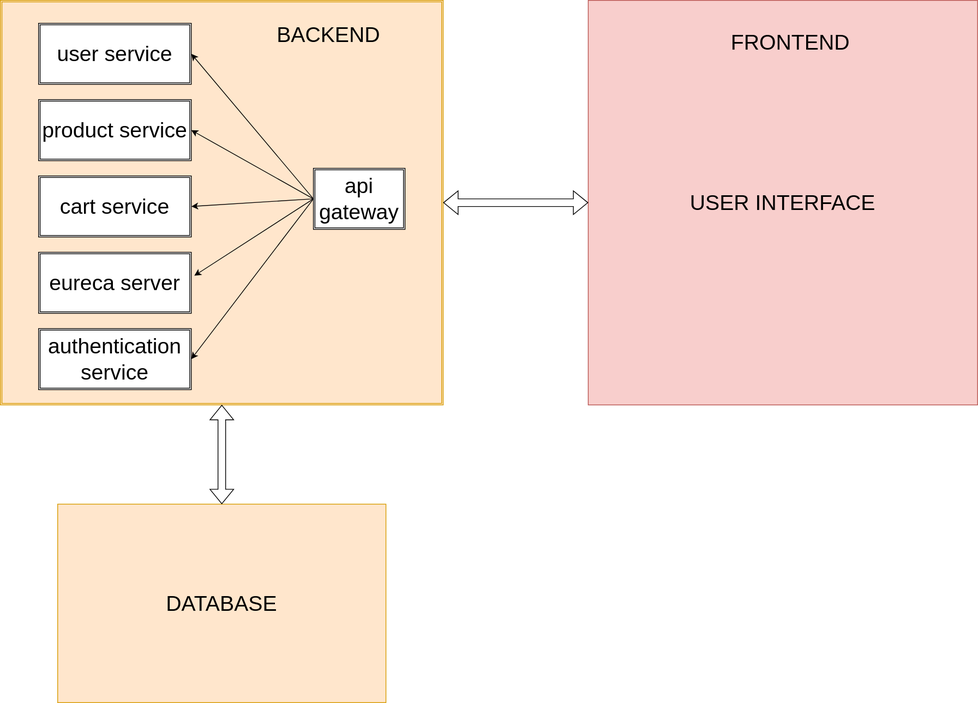
Earlier version of the draw.io export docs/diagrams/assets/component_deployment.svg (IIArturll/autoparts-online-shop). Source tidied: cells renumbered, new cells last; positions are measured from the earlier drawing's top-left corner, leaving out a move shared by most shapes. Its diagram source:
```xml
<mxGraphModel>
  <root>
    <mxCell id="0" />
    <mxCell id="1" parent="0" />
    <mxCell id="2" style="shape=ext;double=1;rounded=0;whiteSpace=wrap;html=1;fontSize=28;fillColor=#ffe6cc;strokeColor=#d79b00;" parent="1" vertex="1">
      <mxGeometry width="580" height="530" as="geometry" />
    </mxCell>
    <mxCell id="3" value="user service" style="shape=ext;double=1;rounded=0;whiteSpace=wrap;html=1;fontSize=28;" parent="1" vertex="1">
      <mxGeometry x="50" y="30" width="200" height="80" as="geometry" />
    </mxCell>
    <mxCell id="4" value="product service" style="shape=ext;double=1;rounded=0;whiteSpace=wrap;html=1;fontSize=28;" parent="1" vertex="1">
      <mxGeometry x="50" y="130" width="200" height="80" as="geometry" />
    </mxCell>
    <mxCell id="5" value="api gateway&lt;br style=&quot;font-size: 28px;&quot;&gt;" style="shape=ext;double=1;rounded=0;whiteSpace=wrap;html=1;fontSize=28;" parent="1" vertex="1">
      <mxGeometry x="410" y="220" width="120" height="80" as="geometry" />
    </mxCell>
    <mxCell id="6" value="cart service" style="shape=ext;double=1;rounded=0;whiteSpace=wrap;html=1;fontSize=28;" parent="1" vertex="1">
      <mxGeometry x="50" y="230" width="200" height="80" as="geometry" />
    </mxCell>
    <mxCell id="7" value="eureca server" style="shape=ext;double=1;rounded=0;whiteSpace=wrap;html=1;fontSize=28;" parent="1" vertex="1">
      <mxGeometry x="50" y="330" width="200" height="80" as="geometry" />
    </mxCell>
    <mxCell id="8" value="authentication service" style="shape=ext;double=1;rounded=0;whiteSpace=wrap;html=1;fontSize=28;" parent="1" vertex="1">
      <mxGeometry x="50" y="430" width="200" height="80" as="geometry" />
    </mxCell>
    <mxCell id="9" style="endArrow=classic;html=1;rounded=0;exitX=0;exitY=0.5;exitDx=0;exitDy=0;entryX=1;entryY=0.5;entryDx=0;entryDy=0;fontSize=28;" parent="1" edge="1" source="5" target="3">
      <mxGeometry relative="1" as="geometry" />
    </mxCell>
    <mxCell id="10" style="endArrow=classic;html=1;rounded=0;entryX=1;entryY=0.5;entryDx=0;entryDy=0;exitX=0;exitY=0.5;exitDx=0;exitDy=0;fontSize=28;" parent="1" edge="1" source="5" target="4">
      <mxGeometry relative="1" as="geometry" />
    </mxCell>
    <mxCell id="11" style="endArrow=classic;html=1;rounded=0;exitX=0;exitY=0.5;exitDx=0;exitDy=0;entryX=1;entryY=0.5;entryDx=0;entryDy=0;fontSize=28;" parent="1" edge="1" source="5" target="6">
      <mxGeometry relative="1" as="geometry" />
    </mxCell>
    <mxCell id="12" style="endArrow=classic;html=1;rounded=0;exitX=0;exitY=0.5;exitDx=0;exitDy=0;entryX=1.02;entryY=0.384;entryDx=0;entryDy=0;entryPerimeter=0;fontSize=28;" parent="1" edge="1" source="5" target="7">
      <mxGeometry relative="1" as="geometry" />
    </mxCell>
    <mxCell id="13" style="endArrow=classic;html=1;rounded=0;entryX=1;entryY=0.5;entryDx=0;entryDy=0;exitX=0;exitY=0.5;exitDx=0;exitDy=0;fontSize=28;" parent="1" edge="1" source="5" target="8">
      <mxGeometry relative="1" as="geometry" />
    </mxCell>
    <mxCell id="14" value="USER INTERFACE" style="rounded=0;whiteSpace=wrap;html=1;fontSize=28;fillColor=#f8cecc;strokeColor=#b85450;" parent="1" vertex="1">
      <mxGeometry x="770" width="510" height="530" as="geometry" />
    </mxCell>
    <mxCell id="15" style="shape=flexArrow;endArrow=classic;startArrow=classic;html=1;rounded=0;entryX=0;entryY=0.5;entryDx=0;entryDy=0;exitX=1;exitY=0.5;exitDx=0;exitDy=0;fontSize=28;" parent="1" edge="1" source="2" target="14">
      <mxGeometry relative="1" as="geometry" />
    </mxCell>
    <mxCell id="16" value="BACKEND" style="text;html=1;strokeColor=none;fillColor=none;align=center;verticalAlign=middle;whiteSpace=wrap;rounded=0;fontSize=28;" parent="1" vertex="1">
      <mxGeometry x="400" y="30" width="60" height="30" as="geometry" />
    </mxCell>
    <mxCell id="17" value="FRONTEND" style="text;html=1;strokeColor=none;fillColor=none;align=center;verticalAlign=middle;whiteSpace=wrap;rounded=0;fontSize=28;" parent="1" vertex="1">
      <mxGeometry x="1005" y="40" width="60" height="30" as="geometry" />
    </mxCell>
    <mxCell id="18" value="DATABASE" style="rounded=0;whiteSpace=wrap;html=1;fontSize=28;fillColor=#ffe6cc;strokeColor=#d79b00;" parent="1" vertex="1">
      <mxGeometry x="75" y="660" width="430" height="260" as="geometry" />
    </mxCell>
    <mxCell id="19" style="shape=flexArrow;endArrow=classic;startArrow=classic;html=1;rounded=0;entryX=0.5;entryY=1;entryDx=0;entryDy=0;exitX=0.5;exitY=0;exitDx=0;exitDy=0;fontSize=28;" parent="1" edge="1" source="18" target="2">
      <mxGeometry relative="1" as="geometry" />
    </mxCell>
  </root>
</mxGraphModel>
```
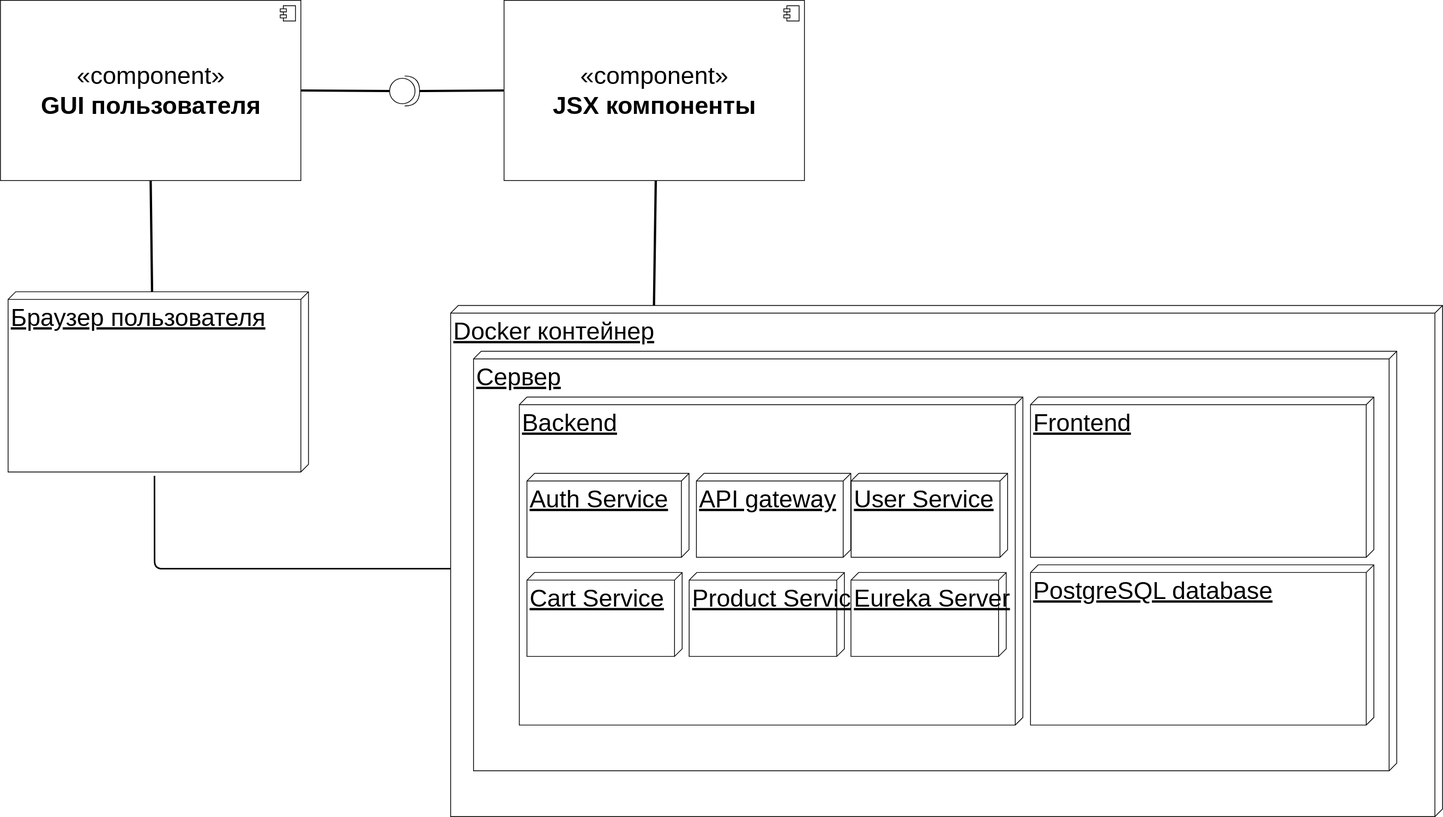
The same file after the commit.

Commit message:
deployment diagram refactor

Change to the diagram source:
```diff
@@ -2,59 +2,89 @@
   <root>
     <mxCell id="0" />
     <mxCell id="1" parent="0" />
-    <mxCell id="2" style="shape=ext;double=1;rounded=0;whiteSpace=wrap;html=1;fontSize=28;fillColor=#ffe6cc;strokeColor=#d79b00;" parent="1" vertex="1">
-      <mxGeometry width="580" height="530" as="geometry" />
-    </mxCell>
-    <mxCell id="3" value="user service" style="shape=ext;double=1;rounded=0;whiteSpace=wrap;html=1;fontSize=28;" parent="1" vertex="1">
-      <mxGeometry x="50" y="30" width="200" height="80" as="geometry" />
-    </mxCell>
-    <mxCell id="4" value="product service" style="shape=ext;double=1;rounded=0;whiteSpace=wrap;html=1;fontSize=28;" parent="1" vertex="1">
-      <mxGeometry x="50" y="130" width="200" height="80" as="geometry" />
-    </mxCell>
-    <mxCell id="5" value="api gateway&lt;br style=&quot;font-size: 28px;&quot;&gt;" style="shape=ext;double=1;rounded=0;whiteSpace=wrap;html=1;fontSize=28;" parent="1" vertex="1">
-      <mxGeometry x="410" y="220" width="120" height="80" as="geometry" />
-    </mxCell>
-    <mxCell id="6" value="cart service" style="shape=ext;double=1;rounded=0;whiteSpace=wrap;html=1;fontSize=28;" parent="1" vertex="1">
-      <mxGeometry x="50" y="230" width="200" height="80" as="geometry" />
-    </mxCell>
-    <mxCell id="7" value="eureca server" style="shape=ext;double=1;rounded=0;whiteSpace=wrap;html=1;fontSize=28;" parent="1" vertex="1">
-      <mxGeometry x="50" y="330" width="200" height="80" as="geometry" />
-    </mxCell>
-    <mxCell id="8" value="authentication service" style="shape=ext;double=1;rounded=0;whiteSpace=wrap;html=1;fontSize=28;" parent="1" vertex="1">
-      <mxGeometry x="50" y="430" width="200" height="80" as="geometry" />
-    </mxCell>
-    <mxCell id="9" style="endArrow=classic;html=1;rounded=0;exitX=0;exitY=0.5;exitDx=0;exitDy=0;entryX=1;entryY=0.5;entryDx=0;entryDy=0;fontSize=28;" parent="1" edge="1" source="5" target="3">
-      <mxGeometry relative="1" as="geometry" />
-    </mxCell>
-    <mxCell id="10" style="endArrow=classic;html=1;rounded=0;entryX=1;entryY=0.5;entryDx=0;entryDy=0;exitX=0;exitY=0.5;exitDx=0;exitDy=0;fontSize=28;" parent="1" edge="1" source="5" target="4">
-      <mxGeometry relative="1" as="geometry" />
-    </mxCell>
-    <mxCell id="11" style="endArrow=classic;html=1;rounded=0;exitX=0;exitY=0.5;exitDx=0;exitDy=0;entryX=1;entryY=0.5;entryDx=0;entryDy=0;fontSize=28;" parent="1" edge="1" source="5" target="6">
-      <mxGeometry relative="1" as="geometry" />
-    </mxCell>
-    <mxCell id="12" style="endArrow=classic;html=1;rounded=0;exitX=0;exitY=0.5;exitDx=0;exitDy=0;entryX=1.02;entryY=0.384;entryDx=0;entryDy=0;entryPerimeter=0;fontSize=28;" parent="1" edge="1" source="5" target="7">
-      <mxGeometry relative="1" as="geometry" />
-    </mxCell>
-    <mxCell id="13" style="endArrow=classic;html=1;rounded=0;entryX=1;entryY=0.5;entryDx=0;entryDy=0;exitX=0;exitY=0.5;exitDx=0;exitDy=0;fontSize=28;" parent="1" edge="1" source="5" target="8">
-      <mxGeometry relative="1" as="geometry" />
-    </mxCell>
-    <mxCell id="14" value="USER INTERFACE" style="rounded=0;whiteSpace=wrap;html=1;fontSize=28;fillColor=#f8cecc;strokeColor=#b85450;" parent="1" vertex="1">
-      <mxGeometry x="770" width="510" height="530" as="geometry" />
-    </mxCell>
-    <mxCell id="15" style="shape=flexArrow;endArrow=classic;startArrow=classic;html=1;rounded=0;entryX=0;entryY=0.5;entryDx=0;entryDy=0;exitX=1;exitY=0.5;exitDx=0;exitDy=0;fontSize=28;" parent="1" edge="1" source="2" target="14">
-      <mxGeometry relative="1" as="geometry" />
-    </mxCell>
-    <mxCell id="16" value="BACKEND" style="text;html=1;strokeColor=none;fillColor=none;align=center;verticalAlign=middle;whiteSpace=wrap;rounded=0;fontSize=28;" parent="1" vertex="1">
-      <mxGeometry x="400" y="30" width="60" height="30" as="geometry" />
-    </mxCell>
-    <mxCell id="17" value="FRONTEND" style="text;html=1;strokeColor=none;fillColor=none;align=center;verticalAlign=middle;whiteSpace=wrap;rounded=0;fontSize=28;" parent="1" vertex="1">
-      <mxGeometry x="1005" y="40" width="60" height="30" as="geometry" />
-    </mxCell>
-    <mxCell id="18" value="DATABASE" style="rounded=0;whiteSpace=wrap;html=1;fontSize=28;fillColor=#ffe6cc;strokeColor=#d79b00;" parent="1" vertex="1">
-      <mxGeometry x="75" y="660" width="430" height="260" as="geometry" />
-    </mxCell>
-    <mxCell id="19" style="shape=flexArrow;endArrow=classic;startArrow=classic;html=1;rounded=0;entryX=0.5;entryY=1;entryDx=0;entryDy=0;exitX=0.5;exitY=0;exitDx=0;exitDy=0;fontSize=28;" parent="1" edge="1" source="18" target="2">
-      <mxGeometry relative="1" as="geometry" />
-    </mxCell>
+    <mxCell id="20" value="Docker контейнер" style="verticalAlign=top;align=left;spacingTop=8;spacingLeft=2;spacingRight=12;shape=cube;size=10;direction=south;fontStyle=4;html=1;fillStyle=auto;fontSize=32;fontColor=default;" parent="1" vertex="1">
+      <mxGeometry x="540" y="380" width="1300" height="670" as="geometry" />
+    </mxCell>
+    <mxCell id="21" value="Сервер" style="verticalAlign=top;align=left;spacingTop=8;spacingLeft=2;spacingRight=12;shape=cube;size=10;direction=south;fontStyle=4;html=1;fillStyle=auto;fontSize=32;fontColor=default;" parent="1" vertex="1">
+      <mxGeometry x="570" y="440" width="1210" height="550" as="geometry" />
+    </mxCell>
+    <mxCell id="22" value="Backend" style="verticalAlign=top;align=left;spacingTop=8;spacingLeft=2;spacingRight=12;shape=cube;size=10;direction=south;fontStyle=4;html=1;fontSize=32;" parent="1" vertex="1">
+      <mxGeometry x="630" y="500" width="660" height="430" as="geometry" />
+    </mxCell>
+    <mxCell id="23" style="edgeStyle=none;html=1;exitX=0;exitY=0;exitDx=0;exitDy=205;exitPerimeter=0;entryX=0.5;entryY=1;entryDx=0;entryDy=0;strokeWidth=3;fontSize=32;fontColor=default;endArrow=none;endFill=0;endSize=6;" parent="1" edge="1" source="25" target="27">
+      <mxGeometry relative="1" as="geometry" />
+    </mxCell>
+    <mxCell id="24" style="edgeStyle=none;html=1;exitX=0;exitY=0;exitDx=236.22;exitDy=201.85;exitPerimeter=0;entryX=0;entryY=0;entryDx=340;entryDy=1300;entryPerimeter=0;strokeWidth=2;endArrow=none;endFill=0;" parent="1" edge="1">
+      <mxGeometry relative="1" as="geometry">
+        <mxPoint x="151.8" y="603.2" as="sourcePoint" />
+        <mxPoint x="540" y="725" as="targetPoint" />
+        <Array as="points">
+          <mxPoint x="152" y="725" />
+        </Array>
+      </mxGeometry>
+    </mxCell>
+    <mxCell id="25" value="Браузер пользователя" style="verticalAlign=top;align=left;spacingTop=8;spacingLeft=2;spacingRight=12;shape=cube;size=10;direction=south;fontStyle=4;html=1;fillStyle=auto;fontSize=32;fontColor=default;" parent="1" vertex="1">
+      <mxGeometry x="-40" y="362" width="393.7" height="236.2" as="geometry" />
+    </mxCell>
+    <mxCell id="26" style="edgeStyle=none;html=1;exitX=1;exitY=0.5;exitDx=0;exitDy=0;entryX=0;entryY=0.5;entryDx=0;entryDy=0;strokeWidth=3;fontSize=32;fontColor=default;endArrow=none;endFill=0;endSize=6;startArrow=none;" parent="1" edge="1" source="33" target="30">
+      <mxGeometry relative="1" as="geometry" />
+    </mxCell>
+    <mxCell id="27" value="«component»&lt;br&gt;&lt;b&gt;GUI пользователя&lt;/b&gt;" style="html=1;fillStyle=auto;fontSize=32;fontColor=default;" parent="1" vertex="1">
+      <mxGeometry x="-50" y="-20" width="393.7" height="236.2" as="geometry" />
+    </mxCell>
+    <mxCell id="28" style="shape=module;jettyWidth=8;jettyHeight=4;fillStyle=auto;fontSize=32;fontColor=default;" parent="27" vertex="1">
+      <mxGeometry x="1" width="20" height="20" relative="1" as="geometry">
+        <mxPoint x="-27" y="7" as="offset" />
+      </mxGeometry>
+    </mxCell>
+    <mxCell id="29" style="edgeStyle=none;html=1;exitX=0.5;exitY=1;exitDx=0;exitDy=0;strokeWidth=3;fontSize=8;fontColor=default;endArrow=none;endFill=0;endSize=6;entryX=0;entryY=0.795;entryDx=0;entryDy=0;entryPerimeter=0;" parent="1" edge="1" target="20">
+      <mxGeometry relative="1" as="geometry">
+        <mxPoint x="808.8" y="216.2" as="sourcePoint" />
+      </mxGeometry>
+    </mxCell>
+    <mxCell id="30" value="«component»&lt;br&gt;&lt;b&gt;JSX компоненты&lt;/b&gt;" style="html=1;fillStyle=auto;fontSize=32;fontColor=default;" parent="1" vertex="1">
+      <mxGeometry x="610" y="-20" width="393.7" height="236.2" as="geometry" />
+    </mxCell>
+    <mxCell id="31" style="shape=module;jettyWidth=8;jettyHeight=4;fillStyle=auto;fontSize=32;fontColor=default;" parent="30" vertex="1">
+      <mxGeometry x="1" width="20" height="20" relative="1" as="geometry">
+        <mxPoint x="-27" y="7" as="offset" />
+      </mxGeometry>
+    </mxCell>
+    <mxCell id="32" style="edgeStyle=none;html=1;exitX=1;exitY=0.5;exitDx=0;exitDy=0;entryX=0;entryY=0.5;entryDx=0;entryDy=0;strokeWidth=3;fontSize=32;fontColor=default;endArrow=none;endFill=0;endSize=6;" parent="1" edge="1" source="27" target="33">
+      <mxGeometry relative="1" as="geometry" />
+    </mxCell>
+    <mxCell id="33" style="shape=providedRequiredInterface;html=1;verticalLabelPosition=bottom;sketch=0;fillStyle=auto;fontSize=32;fontColor=default;" parent="1" vertex="1">
+      <mxGeometry x="460" y="79.1" width="39.4" height="39.4" as="geometry" />
+    </mxCell>
+    <mxCell id="34" style="group;fontSize=10;" parent="1" vertex="1">
+      <mxGeometry x="640" y="600" width="630" height="240" as="geometry" />
+    </mxCell>
+    <mxCell id="35" value="User Service" style="verticalAlign=top;align=left;spacingTop=8;spacingLeft=2;spacingRight=12;shape=cube;size=10;direction=south;fontStyle=4;html=1;fontSize=32;fontColor=default;horizontal=1;fillStyle=auto;perimeterSpacing=0;" parent="34" vertex="1">
+      <mxGeometry x="424.9" width="205.1" height="110" as="geometry" />
+    </mxCell>
+    <mxCell id="36" value="Auth Service" style="verticalAlign=top;align=left;spacingTop=8;spacingLeft=2;spacingRight=12;shape=cube;size=10;direction=south;fontStyle=4;html=1;fontSize=32;fontColor=default;horizontal=1;fillStyle=auto;perimeterSpacing=0;" parent="34" vertex="1">
+      <mxGeometry width="212.4" height="110" as="geometry" />
+    </mxCell>
+    <mxCell id="37" value="API gateway" style="verticalAlign=top;align=left;spacingTop=8;spacingLeft=2;spacingRight=12;shape=cube;size=10;direction=south;fontStyle=4;html=1;fontSize=32;fontColor=default;horizontal=1;fillStyle=auto;perimeterSpacing=0;" parent="34" vertex="1">
+      <mxGeometry x="222.1" width="202.3" height="110" as="geometry" />
+    </mxCell>
+    <mxCell id="38" style="group;" parent="34" vertex="1">
+      <mxGeometry y="130" width="628.1" height="110" as="geometry" />
+    </mxCell>
+    <mxCell id="39" value="Product Service" style="verticalAlign=top;align=left;spacingTop=8;spacingLeft=2;spacingRight=12;shape=cube;size=10;direction=south;fontStyle=4;html=1;fontSize=32;fontColor=default;horizontal=1;fillStyle=auto;perimeterSpacing=0;" parent="38" vertex="1">
+      <mxGeometry x="212.6" width="203.4" height="110" as="geometry" />
+    </mxCell>
+    <mxCell id="40" value="Cart Service" style="verticalAlign=top;align=left;spacingTop=8;spacingLeft=2;spacingRight=12;shape=cube;size=10;direction=south;fontStyle=4;html=1;fontSize=32;fontColor=default;horizontal=1;fillStyle=auto;perimeterSpacing=0;" parent="38" vertex="1">
+      <mxGeometry width="203.4" height="110" as="geometry" />
+    </mxCell>
+    <mxCell id="41" value="Eureka Server" style="verticalAlign=top;align=left;spacingTop=8;spacingLeft=2;spacingRight=12;shape=cube;size=10;direction=south;fontStyle=4;html=1;fontSize=32;fontColor=default;horizontal=1;fillStyle=auto;perimeterSpacing=0;" parent="38" vertex="1">
+      <mxGeometry x="424.7" width="203.4" height="110" as="geometry" />
+    </mxCell>
+    <mxCell id="42" value="Frontend" style="verticalAlign=top;align=left;spacingTop=8;spacingLeft=2;spacingRight=12;shape=cube;size=10;direction=south;fontStyle=4;html=1;fontSize=32;" parent="1" vertex="1">
+      <mxGeometry x="1300" y="500" width="450" height="210" as="geometry" />
+    </mxCell>
+    <mxCell id="43" value="PostgreSQL database" style="verticalAlign=top;align=left;spacingTop=8;spacingLeft=2;spacingRight=12;shape=cube;size=10;direction=south;fontStyle=4;html=1;fontSize=32;" parent="1" vertex="1">
+      <mxGeometry x="1300" y="720" width="450" height="210" as="geometry" />
+    </mxCell>
   </root>
 </mxGraphModel>
```
